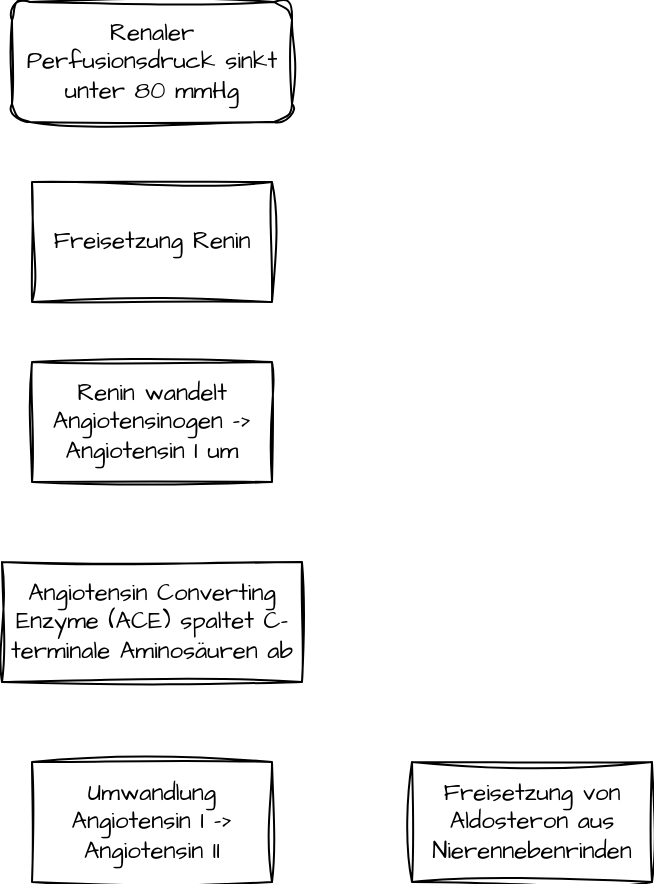
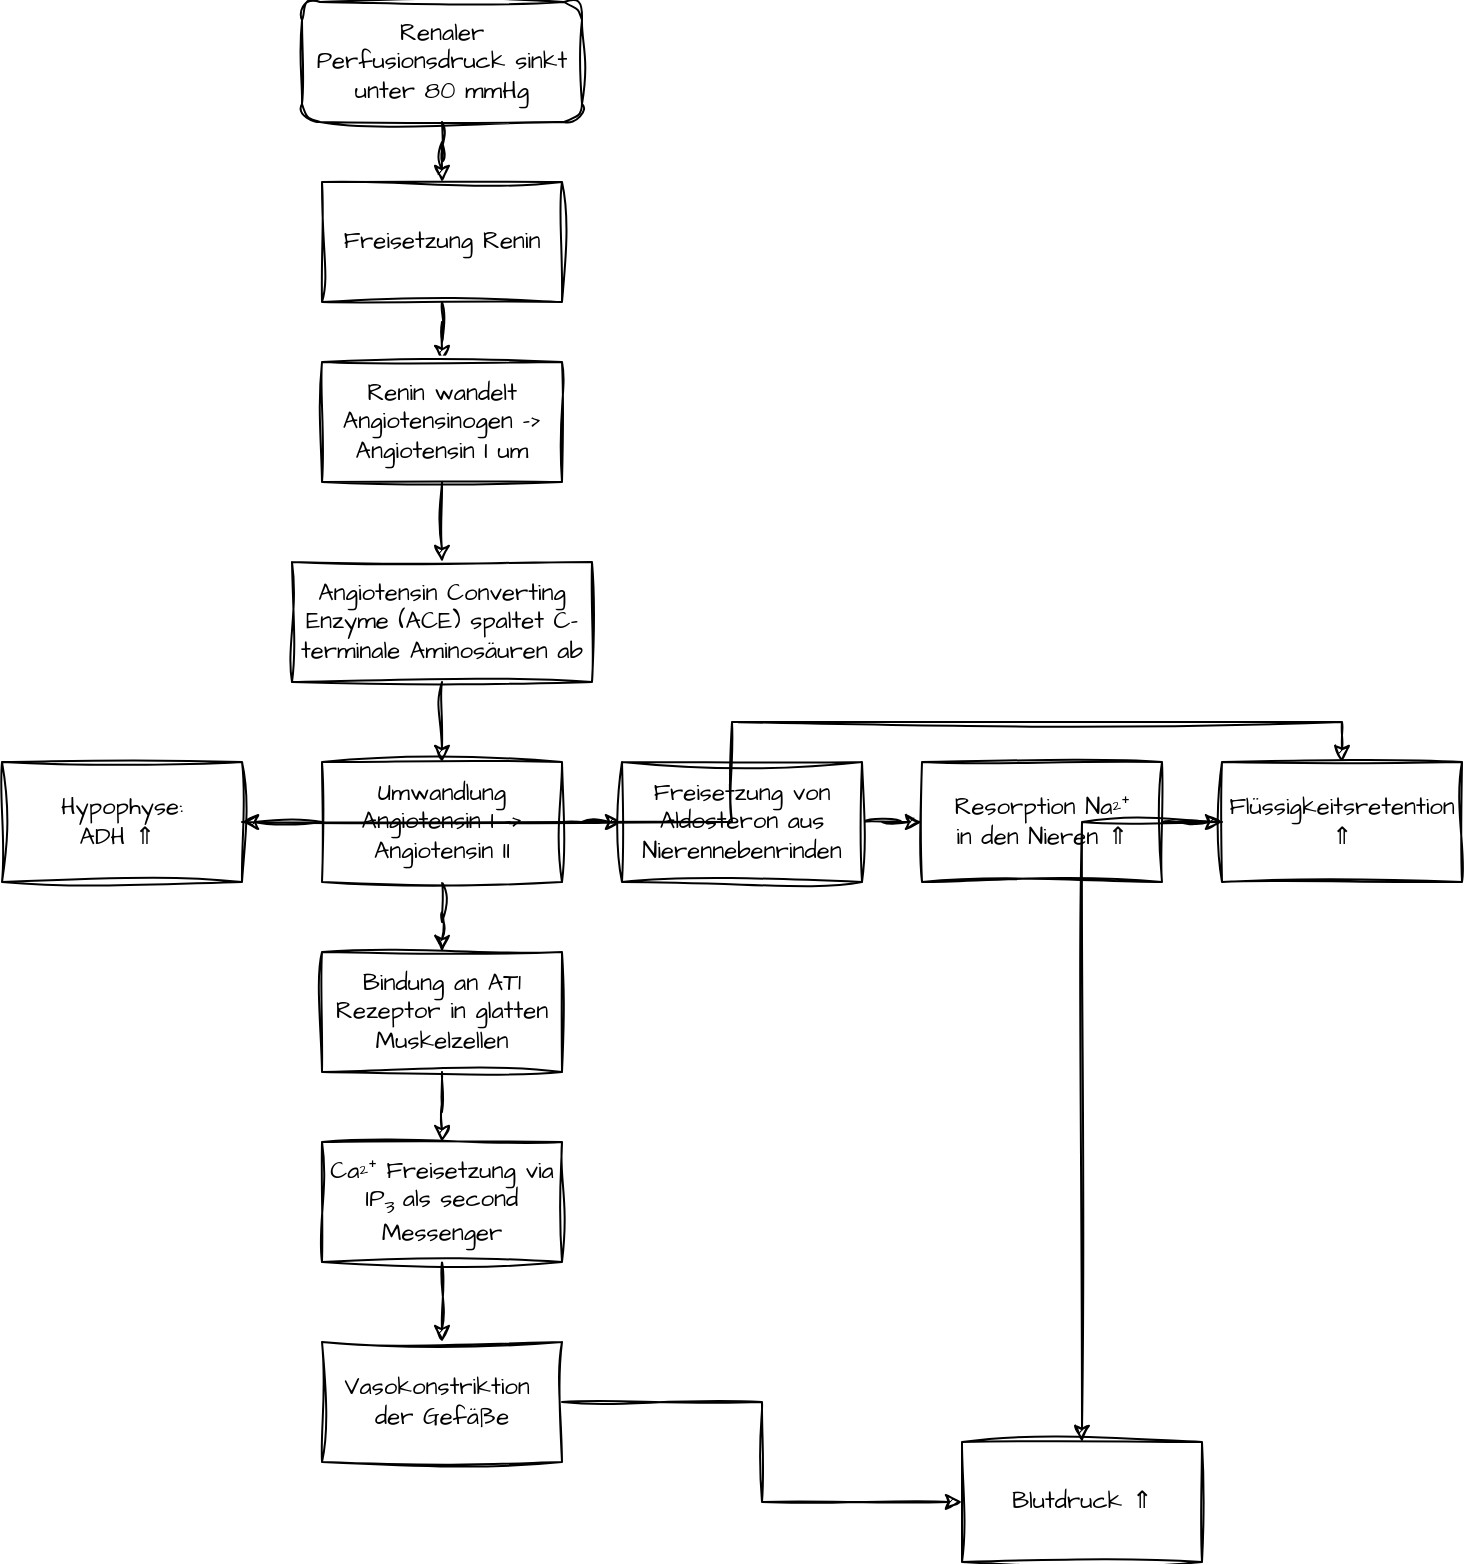
<mxfile host="app.diagrams.net">
  <diagram name="Seite-1" id="3vT7BCa4hSV5cuEZ7M_v">
-     <mxGraphModel dx="483" dy="300" grid="1" gridSize="10" guides="1" tooltips="1" connect="1" arrows="1" fold="1" page="1" pageScale="1" pageWidth="1169" pageHeight="1169" math="0" shadow="0">
+     <mxGraphModel dx="845" dy="524" grid="1" gridSize="10" guides="1" tooltips="1" connect="1" arrows="1" fold="1" page="1" pageScale="1" pageWidth="1169" pageHeight="1169" math="0" shadow="0">
      <root>
        <mxCell id="0" />
        <mxCell id="1" parent="0" />
+         <mxCell id="sdY4kSpYT_L-ujRjTkg0-16" edge="1" parent="1" source="BMsZ626boooxKEdj5vMw-2" style="edgeStyle=orthogonalEdgeStyle;rounded=0;sketch=1;hachureGap=4;jiggle=2;curveFitting=1;orthogonalLoop=1;jettySize=auto;html=1;fontFamily=Architects Daughter;fontSource=https%3A%2F%2Ffonts.googleapis.com%2Fcss%3Ffamily%3DArchitects%2BDaughter;" target="BMsZ626boooxKEdj5vMw-3">
+           <mxGeometry relative="1" as="geometry" />
+         </mxCell>
        <mxCell id="BMsZ626boooxKEdj5vMw-2" parent="1" style="rounded=1;whiteSpace=wrap;html=1;sketch=1;hachureGap=4;jiggle=2;curveFitting=1;fontFamily=Architects Daughter;fontSource=https%3A%2F%2Ffonts.googleapis.com%2Fcss%3Ffamily%3DArchitects%2BDaughter;" value="Renaler Perfusionsdruck sinkt unter 80 mmHg" vertex="1">
          <mxGeometry height="60" width="140" x="170" y="110" as="geometry" />
+         </mxCell>
+         <mxCell id="sdY4kSpYT_L-ujRjTkg0-17" edge="1" parent="1" source="BMsZ626boooxKEdj5vMw-3" style="edgeStyle=orthogonalEdgeStyle;rounded=0;sketch=1;hachureGap=4;jiggle=2;curveFitting=1;orthogonalLoop=1;jettySize=auto;html=1;fontFamily=Architects Daughter;fontSource=https%3A%2F%2Ffonts.googleapis.com%2Fcss%3Ffamily%3DArchitects%2BDaughter;" target="BMsZ626boooxKEdj5vMw-4">
+           <mxGeometry relative="1" as="geometry" />
        </mxCell>
        <mxCell id="BMsZ626boooxKEdj5vMw-3" parent="1" style="whiteSpace=wrap;html=1;sketch=1;hachureGap=4;jiggle=2;curveFitting=1;fontFamily=Architects Daughter;fontSource=https%3A%2F%2Ffonts.googleapis.com%2Fcss%3Ffamily%3DArchitects%2BDaughter;" value="Freisetzung Renin" vertex="1">
          <mxGeometry height="60" width="120" x="180" y="200" as="geometry" />
        </mxCell>
+         <mxCell id="sdY4kSpYT_L-ujRjTkg0-18" edge="1" parent="1" source="BMsZ626boooxKEdj5vMw-4" style="edgeStyle=orthogonalEdgeStyle;rounded=0;sketch=1;hachureGap=4;jiggle=2;curveFitting=1;orthogonalLoop=1;jettySize=auto;html=1;fontFamily=Architects Daughter;fontSource=https%3A%2F%2Ffonts.googleapis.com%2Fcss%3Ffamily%3DArchitects%2BDaughter;" target="BMsZ626boooxKEdj5vMw-5">
+           <mxGeometry relative="1" as="geometry" />
+         </mxCell>
        <mxCell id="BMsZ626boooxKEdj5vMw-4" parent="1" style="whiteSpace=wrap;html=1;sketch=1;hachureGap=4;jiggle=2;curveFitting=1;fontFamily=Architects Daughter;fontSource=https%3A%2F%2Ffonts.googleapis.com%2Fcss%3Ffamily%3DArchitects%2BDaughter;" value="Renin wandelt Angiotensinogen -&amp;gt; Angiotensin I um" vertex="1">
          <mxGeometry height="60" width="120" x="180" y="290" as="geometry" />
+         </mxCell>
+         <mxCell id="sdY4kSpYT_L-ujRjTkg0-19" edge="1" parent="1" source="BMsZ626boooxKEdj5vMw-5" style="edgeStyle=orthogonalEdgeStyle;rounded=0;sketch=1;hachureGap=4;jiggle=2;curveFitting=1;orthogonalLoop=1;jettySize=auto;html=1;fontFamily=Architects Daughter;fontSource=https%3A%2F%2Ffonts.googleapis.com%2Fcss%3Ffamily%3DArchitects%2BDaughter;" target="BMsZ626boooxKEdj5vMw-7">
+           <mxGeometry relative="1" as="geometry" />
        </mxCell>
        <mxCell id="BMsZ626boooxKEdj5vMw-5" parent="1" style="whiteSpace=wrap;html=1;sketch=1;hachureGap=4;jiggle=2;curveFitting=1;fontFamily=Architects Daughter;fontSource=https%3A%2F%2Ffonts.googleapis.com%2Fcss%3Ffamily%3DArchitects%2BDaughter;" value="Angiotensin Converting Enzyme (ACE) spaltet C-terminale Aminosäuren ab" vertex="1">
          <mxGeometry height="60" width="150" x="165" y="390" as="geometry" />
        </mxCell>
+         <mxCell id="sdY4kSpYT_L-ujRjTkg0-7" edge="1" parent="1" source="BMsZ626boooxKEdj5vMw-7" style="edgeStyle=orthogonalEdgeStyle;rounded=0;sketch=1;hachureGap=4;jiggle=2;curveFitting=1;orthogonalLoop=1;jettySize=auto;html=1;fontFamily=Architects Daughter;fontSource=https%3A%2F%2Ffonts.googleapis.com%2Fcss%3Ffamily%3DArchitects%2BDaughter;" target="sdY4kSpYT_L-ujRjTkg0-6">
+           <mxGeometry relative="1" as="geometry" />
+         </mxCell>
+         <mxCell id="sdY4kSpYT_L-ujRjTkg0-8" edge="1" parent="1" source="BMsZ626boooxKEdj5vMw-7" style="edgeStyle=orthogonalEdgeStyle;rounded=0;sketch=1;hachureGap=4;jiggle=2;curveFitting=1;orthogonalLoop=1;jettySize=auto;html=1;fontFamily=Architects Daughter;fontSource=https%3A%2F%2Ffonts.googleapis.com%2Fcss%3Ffamily%3DArchitects%2BDaughter;" target="BMsZ626boooxKEdj5vMw-8">
+           <mxGeometry relative="1" as="geometry" />
+         </mxCell>
+         <mxCell id="sdY4kSpYT_L-ujRjTkg0-13" edge="1" parent="1" source="BMsZ626boooxKEdj5vMw-7" style="edgeStyle=orthogonalEdgeStyle;rounded=0;sketch=1;hachureGap=4;jiggle=2;curveFitting=1;orthogonalLoop=1;jettySize=auto;html=1;fontFamily=Architects Daughter;fontSource=https%3A%2F%2Ffonts.googleapis.com%2Fcss%3Ffamily%3DArchitects%2BDaughter;" target="sdY4kSpYT_L-ujRjTkg0-1">
+           <mxGeometry relative="1" as="geometry" />
+         </mxCell>
        <mxCell id="BMsZ626boooxKEdj5vMw-7" parent="1" style="whiteSpace=wrap;html=1;sketch=1;hachureGap=4;jiggle=2;curveFitting=1;fontFamily=Architects Daughter;fontSource=https%3A%2F%2Ffonts.googleapis.com%2Fcss%3Ffamily%3DArchitects%2BDaughter;" value="Umwandlung Angiotensin I -&amp;gt; Angiotensin II" vertex="1">
          <mxGeometry height="60" width="120" x="180" y="490" as="geometry" />
        </mxCell>
+         <mxCell id="sdY4kSpYT_L-ujRjTkg0-9" edge="1" parent="1" source="BMsZ626boooxKEdj5vMw-8" style="edgeStyle=orthogonalEdgeStyle;rounded=0;sketch=1;hachureGap=4;jiggle=2;curveFitting=1;orthogonalLoop=1;jettySize=auto;html=1;fontFamily=Architects Daughter;fontSource=https%3A%2F%2Ffonts.googleapis.com%2Fcss%3Ffamily%3DArchitects%2BDaughter;" target="sdY4kSpYT_L-ujRjTkg0-4">
+           <mxGeometry relative="1" as="geometry" />
+         </mxCell>
        <mxCell id="BMsZ626boooxKEdj5vMw-8" parent="1" style="whiteSpace=wrap;html=1;sketch=1;hachureGap=4;jiggle=2;curveFitting=1;fontFamily=Architects Daughter;fontSource=https%3A%2F%2Ffonts.googleapis.com%2Fcss%3Ffamily%3DArchitects%2BDaughter;" value="Freisetzung von Aldosteron aus Nierennebenrinden" vertex="1">
-           <mxGeometry height="60" width="120" x="370" y="490" as="geometry" />
+           <mxGeometry height="60" width="120" x="330" y="490" as="geometry" />
+         </mxCell>
+         <mxCell id="sdY4kSpYT_L-ujRjTkg0-14" edge="1" parent="1" source="sdY4kSpYT_L-ujRjTkg0-1" style="edgeStyle=orthogonalEdgeStyle;rounded=0;sketch=1;hachureGap=4;jiggle=2;curveFitting=1;orthogonalLoop=1;jettySize=auto;html=1;entryX=0.5;entryY=0;entryDx=0;entryDy=0;fontFamily=Architects Daughter;fontSource=https%3A%2F%2Ffonts.googleapis.com%2Fcss%3Ffamily%3DArchitects%2BDaughter;" target="sdY4kSpYT_L-ujRjTkg0-2">
+           <mxGeometry relative="1" as="geometry" />
+         </mxCell>
+         <mxCell id="sdY4kSpYT_L-ujRjTkg0-1" parent="1" style="whiteSpace=wrap;html=1;sketch=1;hachureGap=4;jiggle=2;curveFitting=1;fontFamily=Architects Daughter;fontSource=https%3A%2F%2Ffonts.googleapis.com%2Fcss%3Ffamily%3DArchitects%2BDaughter;" value="Bindung an AT1 Rezeptor in glatten Muskelzellen" vertex="1">
+           <mxGeometry height="60" width="120" x="180" y="585" as="geometry" />
+         </mxCell>
+         <mxCell id="sdY4kSpYT_L-ujRjTkg0-15" edge="1" parent="1" source="sdY4kSpYT_L-ujRjTkg0-2" style="edgeStyle=orthogonalEdgeStyle;rounded=0;sketch=1;hachureGap=4;jiggle=2;curveFitting=1;orthogonalLoop=1;jettySize=auto;html=1;entryX=0.5;entryY=0;entryDx=0;entryDy=0;fontFamily=Architects Daughter;fontSource=https%3A%2F%2Ffonts.googleapis.com%2Fcss%3Ffamily%3DArchitects%2BDaughter;" target="sdY4kSpYT_L-ujRjTkg0-3">
+           <mxGeometry relative="1" as="geometry" />
+         </mxCell>
+         <mxCell id="sdY4kSpYT_L-ujRjTkg0-2" parent="1" style="whiteSpace=wrap;html=1;sketch=1;hachureGap=4;jiggle=2;curveFitting=1;fontFamily=Architects Daughter;fontSource=https%3A%2F%2Ffonts.googleapis.com%2Fcss%3Ffamily%3DArchitects%2BDaughter;" value="Ca²⁺ Freisetzung via IP&lt;sub&gt;3 &lt;/sub&gt;als second Messenger" vertex="1">
+           <mxGeometry height="60" width="120" x="180" y="680" as="geometry" />
+         </mxCell>
+         <mxCell id="sdY4kSpYT_L-ujRjTkg0-21" edge="1" parent="1" source="sdY4kSpYT_L-ujRjTkg0-3" style="edgeStyle=orthogonalEdgeStyle;rounded=0;sketch=1;hachureGap=4;jiggle=2;curveFitting=1;orthogonalLoop=1;jettySize=auto;html=1;fontFamily=Architects Daughter;fontSource=https%3A%2F%2Ffonts.googleapis.com%2Fcss%3Ffamily%3DArchitects%2BDaughter;" target="sdY4kSpYT_L-ujRjTkg0-20">
+           <mxGeometry relative="1" as="geometry" />
+         </mxCell>
+         <mxCell id="sdY4kSpYT_L-ujRjTkg0-3" parent="1" style="whiteSpace=wrap;html=1;sketch=1;hachureGap=4;jiggle=2;curveFitting=1;fontFamily=Architects Daughter;fontSource=https%3A%2F%2Ffonts.googleapis.com%2Fcss%3Ffamily%3DArchitects%2BDaughter;" value="Vasokonstriktion&amp;nbsp;&lt;br&gt;der Gefäße" vertex="1">
+           <mxGeometry height="60" width="120" x="180" y="780" as="geometry" />
+         </mxCell>
+         <mxCell id="sdY4kSpYT_L-ujRjTkg0-10" edge="1" parent="1" source="sdY4kSpYT_L-ujRjTkg0-4" style="edgeStyle=orthogonalEdgeStyle;rounded=0;sketch=1;hachureGap=4;jiggle=2;curveFitting=1;orthogonalLoop=1;jettySize=auto;html=1;fontFamily=Architects Daughter;fontSource=https%3A%2F%2Ffonts.googleapis.com%2Fcss%3Ffamily%3DArchitects%2BDaughter;" target="sdY4kSpYT_L-ujRjTkg0-5">
+           <mxGeometry relative="1" as="geometry" />
+         </mxCell>
+         <mxCell id="sdY4kSpYT_L-ujRjTkg0-4" parent="1" style="whiteSpace=wrap;html=1;sketch=1;hachureGap=4;jiggle=2;curveFitting=1;fontFamily=Architects Daughter;fontSource=https%3A%2F%2Ffonts.googleapis.com%2Fcss%3Ffamily%3DArchitects%2BDaughter;" value="Resorption Na²⁺&lt;br&gt;in den Nieren ⇑" vertex="1">
+           <mxGeometry height="60" width="120" x="480" y="490" as="geometry" />
+         </mxCell>
+         <mxCell id="sdY4kSpYT_L-ujRjTkg0-22" edge="1" parent="1" source="sdY4kSpYT_L-ujRjTkg0-5" style="edgeStyle=orthogonalEdgeStyle;rounded=0;sketch=1;hachureGap=4;jiggle=2;curveFitting=1;orthogonalLoop=1;jettySize=auto;html=1;fontFamily=Architects Daughter;fontSource=https%3A%2F%2Ffonts.googleapis.com%2Fcss%3Ffamily%3DArchitects%2BDaughter;" target="sdY4kSpYT_L-ujRjTkg0-20">
+           <mxGeometry relative="1" as="geometry" />
+         </mxCell>
+         <mxCell id="sdY4kSpYT_L-ujRjTkg0-5" parent="1" style="whiteSpace=wrap;html=1;sketch=1;hachureGap=4;jiggle=2;curveFitting=1;fontFamily=Architects Daughter;fontSource=https%3A%2F%2Ffonts.googleapis.com%2Fcss%3Ffamily%3DArchitects%2BDaughter;" value="Flüssigkeitsretention ⇑" vertex="1">
+           <mxGeometry height="60" width="120" x="630" y="490" as="geometry" />
+         </mxCell>
+         <mxCell id="sdY4kSpYT_L-ujRjTkg0-12" edge="1" parent="1" source="sdY4kSpYT_L-ujRjTkg0-6" style="edgeStyle=orthogonalEdgeStyle;rounded=0;sketch=1;hachureGap=4;jiggle=2;curveFitting=1;orthogonalLoop=1;jettySize=auto;html=1;entryX=0.5;entryY=0;entryDx=0;entryDy=0;fontFamily=Architects Daughter;fontSource=https%3A%2F%2Ffonts.googleapis.com%2Fcss%3Ffamily%3DArchitects%2BDaughter;" target="sdY4kSpYT_L-ujRjTkg0-5">
+           <mxGeometry relative="1" as="geometry" />
+         </mxCell>
+         <mxCell id="sdY4kSpYT_L-ujRjTkg0-6" parent="1" style="whiteSpace=wrap;html=1;sketch=1;hachureGap=4;jiggle=2;curveFitting=1;fontFamily=Architects Daughter;fontSource=https%3A%2F%2Ffonts.googleapis.com%2Fcss%3Ffamily%3DArchitects%2BDaughter;" value="Hypophyse:&lt;br&gt;ADH ⇑&amp;nbsp;" vertex="1">
+           <mxGeometry height="60" width="120" x="20" y="490" as="geometry" />
+         </mxCell>
+         <mxCell id="sdY4kSpYT_L-ujRjTkg0-20" parent="1" style="whiteSpace=wrap;html=1;sketch=1;hachureGap=4;jiggle=2;curveFitting=1;fontFamily=Architects Daughter;fontSource=https%3A%2F%2Ffonts.googleapis.com%2Fcss%3Ffamily%3DArchitects%2BDaughter;" value="Blutdruck ⇑" vertex="1">
+           <mxGeometry height="60" width="120" x="500" y="830" as="geometry" />
        </mxCell>
      </root>
    </mxGraphModel>
  </diagram>
</mxfile>
